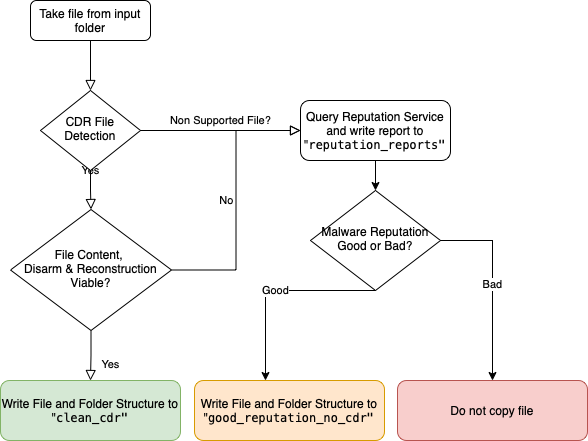
Before: images/Flowchart.drawio.png, a diagram exported from draw.io (gw-engineering/community-gw-cdr-and-reputation-check). Source tidied: cells renumbered, new cells last; positions are measured from the earlier drawing's top-left corner, leaving out a move shared by most shapes.
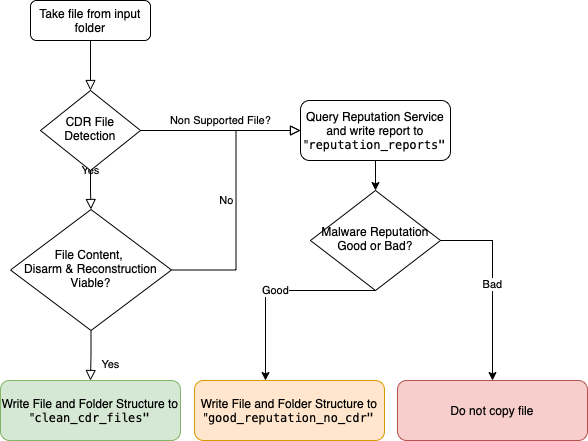
The same file after the commit.

The edit, as a diff of the source:
```diff
@@ -26,7 +26,7 @@
     <mxCell id="9" value="File Content, &lt;br&gt;Disarm &amp;amp; Reconstruction Viable?" style="rhombus;whiteSpace=wrap;html=1;shadow=0;fontFamily=Helvetica;fontSize=12;align=center;strokeWidth=1;spacing=6;spacingTop=-4;" parent="1" vertex="1">
       <mxGeometry x="10" y="209" width="161" height="121" as="geometry" />
     </mxCell>
-    <mxCell id="10" value="Write File and Folder Structure to &quot;&lt;span style=&quot;font-family: Menlo, Monaco, &amp;quot;Courier New&amp;quot;, monospace; text-align: start;&quot;&gt;clean_cdr&quot;&lt;/span&gt;" style="rounded=1;whiteSpace=wrap;html=1;fontSize=12;glass=0;strokeWidth=1;shadow=0;labelBackgroundColor=none;fillColor=#d5e8d4;strokeColor=#82b366;" parent="1" vertex="1">
+    <mxCell id="10" value="Write File and Folder Structure to &quot;&lt;span style=&quot;font-family: Menlo, Monaco, &amp;quot;Courier New&amp;quot;, monospace; text-align: start;&quot;&gt;clean_cdr_files&quot;&lt;/span&gt;" style="rounded=1;whiteSpace=wrap;html=1;fontSize=12;glass=0;strokeWidth=1;shadow=0;labelBackgroundColor=none;fillColor=#d5e8d4;strokeColor=#82b366;" parent="1" vertex="1">
       <mxGeometry y="380" width="180" height="60" as="geometry" />
     </mxCell>
     <mxCell id="11" value="Write File and Folder Structure to &quot;&lt;span style=&quot;font-family: Menlo, Monaco, &amp;quot;Courier New&amp;quot;, monospace; text-align: start;&quot;&gt;good_reputation_no_cdr&lt;/span&gt;&lt;span style=&quot;font-family: Menlo, Monaco, &amp;quot;Courier New&amp;quot;, monospace; text-align: start;&quot;&gt;&quot;&lt;/span&gt;" style="rounded=1;whiteSpace=wrap;html=1;fontSize=12;glass=0;strokeWidth=1;shadow=0;labelBackgroundColor=none;fillColor=#ffe6cc;strokeColor=#d79b00;" parent="1" vertex="1">
```
